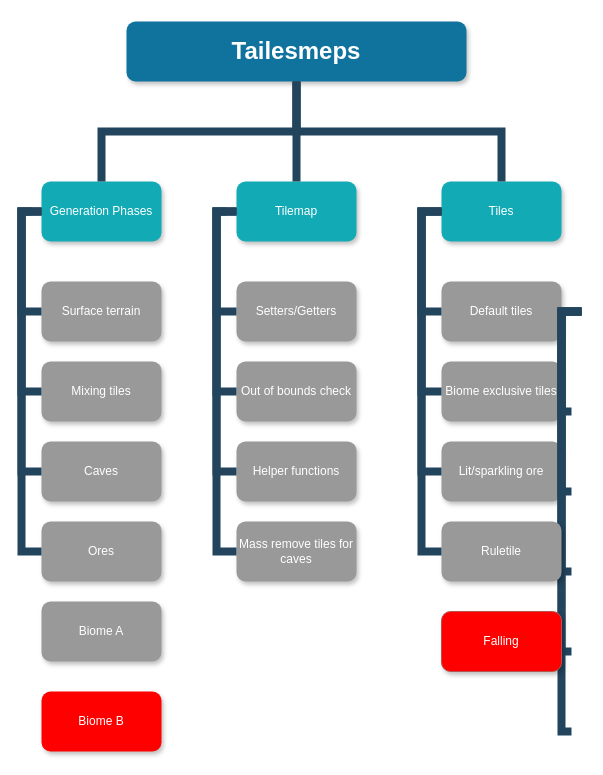
The draw.io diagram WBS.drawio in AlexIzak/ProcGenTool, before the edit. Source tidied: cells renumbered, new cells numbered last; positions are measured from the earlier drawing's top-left corner, leaving out a move shared by most shapes. Both pictures are drawn from the tidied source at 100%, with x=0, y=0 at pixel (21, 21).
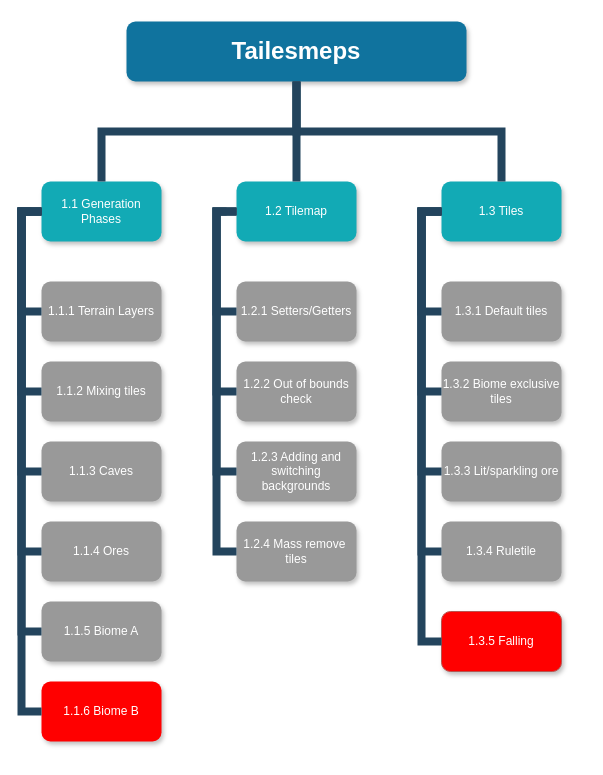
Above is the later version.

What changed in the source:
```diff
@@
-    <mxCell id="3" value="Generation Phases" style="whiteSpace=wrap;rounded=1;fillColor=#12AAB5;strokeColor=none;shadow=1;fontColor=#FFFFFF;" parent="1" vertex="1">
+    <mxCell id="3" value="1.1 Generation Phases" style="whiteSpace=wrap;rounded=1;fillColor=#12AAB5;strokeColor=none;shadow=1;fontColor=#FFFFFF;" parent="1" vertex="1">
       <mxGeometry x="20" y="160" width="120" height="60" as="geometry" />
     </mxCell>
-    <mxCell id="4" value="Surface terrain" style="whiteSpace=wrap;rounded=1;fillColor=#999999;strokeColor=none;shadow=1;fontColor=#FFFFFF;fontStyle=0;" parent="1" vertex="1">
+    <mxCell id="4" value="1.1.1 Terrain Layers" style="whiteSpace=wrap;rounded=1;fillColor=#999999;strokeColor=none;shadow=1;fontColor=#FFFFFF;fontStyle=0;" parent="1" vertex="1">
       <mxGeometry x="20" y="260" width="120" height="60" as="geometry" />
     </mxCell>
-    <mxCell id="5" value="Mixing tiles" style="whiteSpace=wrap;rounded=1;fillColor=#999999;strokeColor=none;shadow=1;fontColor=#FFFFFF;fontStyle=0;" parent="1" vertex="1">
+    <mxCell id="5" value="1.1.2 Mixing tiles" style="whiteSpace=wrap;rounded=1;fillColor=#999999;strokeColor=none;shadow=1;fontColor=#FFFFFF;fontStyle=0;" parent="1" vertex="1">
       <mxGeometry x="20" y="340" width="120" height="60" as="geometry" />
     </mxCell>
-    <mxCell id="6" value="Caves" style="whiteSpace=wrap;rounded=1;fillColor=#999999;strokeColor=none;shadow=1;fontColor=#FFFFFF;fontStyle=0;" parent="1" vertex="1">
+    <mxCell id="6" value="1.1.3 Caves" style="whiteSpace=wrap;rounded=1;fillColor=#999999;strokeColor=none;shadow=1;fontColor=#FFFFFF;fontStyle=0;" parent="1" vertex="1">
       <mxGeometry x="20" y="420" width="120" height="60" as="geometry" />
     </mxCell>
-    <mxCell id="7" value="Ores" style="whiteSpace=wrap;rounded=1;fillColor=#999999;strokeColor=none;shadow=1;fontColor=#FFFFFF;fontStyle=0;" parent="1" vertex="1">
+    <mxCell id="7" value="1.1.4 Ores" style="whiteSpace=wrap;rounded=1;fillColor=#999999;strokeColor=none;shadow=1;fontColor=#FFFFFF;fontStyle=0;" parent="1" vertex="1">
       <mxGeometry x="20" y="500" width="120" height="60" as="geometry" />
     </mxCell>
-    <mxCell id="8" value="Tiles" style="whiteSpace=wrap;rounded=1;fillColor=#12AAB5;strokeColor=none;shadow=1;fontColor=#FFFFFF;" parent="1" vertex="1">
+    <mxCell id="8" value="1.3 Tiles" style="whiteSpace=wrap;rounded=1;fillColor=#12AAB5;strokeColor=none;shadow=1;fontColor=#FFFFFF;" parent="1" vertex="1">
       <mxGeometry x="420" y="160" width="120" height="60" as="geometry" />
     </mxCell>
-    <mxCell id="9" value="Default tiles" style="whiteSpace=wrap;rounded=1;fillColor=#999999;strokeColor=none;shadow=1;fontColor=#FFFFFF;fontStyle=0;" parent="1" vertex="1">
+    <mxCell id="9" value="1.3.1 Default tiles" style="whiteSpace=wrap;rounded=1;fillColor=#999999;strokeColor=none;shadow=1;fontColor=#FFFFFF;fontStyle=0;" parent="1" vertex="1">
       <mxGeometry x="420" y="260" width="120" height="60" as="geometry" />
     </mxCell>
-    <mxCell id="10" value="Biome exclusive tiles" style="whiteSpace=wrap;rounded=1;fillColor=#999999;strokeColor=none;shadow=1;fontColor=#FFFFFF;fontStyle=0;" parent="1" vertex="1">
+    <mxCell id="10" value="1.3.2 Biome exclusive tiles" style="whiteSpace=wrap;rounded=1;fillColor=#999999;strokeColor=none;shadow=1;fontColor=#FFFFFF;fontStyle=0;" parent="1" vertex="1">
       <mxGeometry x="420" y="340" width="120" height="60" as="geometry" />
     </mxCell>
-    <mxCell id="11" value="Lit/sparkling ore" style="whiteSpace=wrap;rounded=1;fillColor=#999999;strokeColor=none;shadow=1;fontColor=#FFFFFF;fontStyle=0;" parent="1" vertex="1">
+    <mxCell id="11" value="1.3.3 Lit/sparkling ore" style="whiteSpace=wrap;rounded=1;fillColor=#999999;strokeColor=none;shadow=1;fontColor=#FFFFFF;fontStyle=0;" parent="1" vertex="1">
       <mxGeometry x="420" y="420" width="120" height="60" as="geometry" />
     </mxCell>
@@
-    <mxCell id="21" style="edgeStyle=elbowEdgeStyle;elbow=horizontal;rounded=0;fontColor=#000000;endArrow=none;endFill=0;strokeWidth=8;strokeColor=#23445D;" parent="1" edge="1">
-      <mxGeometry relative="1" as="geometry">
-        <mxPoint x="560" y="290" as="sourcePoint" />
-        <mxPoint x="550" y="390" as="targetPoint" />
-        <Array as="points">
-          <mxPoint x="540" y="340" />
-        </Array>
-      </mxGeometry>
-    </mxCell>
-    <mxCell id="22" style="edgeStyle=elbowEdgeStyle;elbow=horizontal;rounded=0;fontColor=#000000;endArrow=none;endFill=0;strokeWidth=8;strokeColor=#23445D;" parent="1" edge="1">
-      <mxGeometry relative="1" as="geometry">
-        <mxPoint x="560" y="290" as="sourcePoint" />
-        <mxPoint x="550" y="470" as="targetPoint" />
-        <Array as="points">
-          <mxPoint x="540" y="380" />
-        </Array>
-      </mxGeometry>
-    </mxCell>
-    <mxCell id="23" style="edgeStyle=elbowEdgeStyle;elbow=horizontal;rounded=0;fontColor=#000000;endArrow=none;endFill=0;strokeWidth=8;strokeColor=#23445D;" parent="1" edge="1">
-      <mxGeometry relative="1" as="geometry">
-        <mxPoint x="560" y="290" as="sourcePoint" />
-        <mxPoint x="550" y="710" as="targetPoint" />
-        <Array as="points">
-          <mxPoint x="540" y="510" />
-        </Array>
-      </mxGeometry>
-    </mxCell>
-    <mxCell id="24" style="edgeStyle=elbowEdgeStyle;elbow=horizontal;rounded=0;fontColor=#000000;endArrow=none;endFill=0;strokeWidth=8;strokeColor=#23445D;" parent="1" edge="1">
-      <mxGeometry relative="1" as="geometry">
-        <mxPoint x="560" y="290" as="sourcePoint" />
-        <mxPoint x="550" y="630" as="targetPoint" />
-        <Array as="points">
-          <mxPoint x="540" y="460" />
-        </Array>
-      </mxGeometry>
-    </mxCell>
-    <mxCell id="25" style="edgeStyle=elbowEdgeStyle;elbow=horizontal;rounded=0;fontColor=#000000;endArrow=none;endFill=0;strokeWidth=8;strokeColor=#23445D;" parent="1" edge="1">
-      <mxGeometry relative="1" as="geometry">
-        <mxPoint x="560" y="290" as="sourcePoint" />
-        <mxPoint x="550" y="550" as="targetPoint" />
-        <Array as="points">
-          <mxPoint x="540" y="430" />
-        </Array>
-      </mxGeometry>
-    </mxCell>
-    <mxCell id="26" value="Tilemap" style="whiteSpace=wrap;rounded=1;fillColor=#12AAB5;strokeColor=none;shadow=1;fontColor=#FFFFFF;" parent="1" vertex="1">
+    <mxCell id="26" value="1.2 Tilemap" style="whiteSpace=wrap;rounded=1;fillColor=#12AAB5;strokeColor=none;shadow=1;fontColor=#FFFFFF;" parent="1" vertex="1">
       <mxGeometry x="215" y="160" width="120" height="60" as="geometry" />
     </mxCell>
-    <mxCell id="27" value="Setters/Getters" style="whiteSpace=wrap;rounded=1;fillColor=#999999;strokeColor=none;shadow=1;fontColor=#FFFFFF;fontStyle=0;" parent="1" vertex="1">
+    <mxCell id="27" value="1.2.1 Setters/Getters" style="whiteSpace=wrap;rounded=1;fillColor=#999999;strokeColor=none;shadow=1;fontColor=#FFFFFF;fontStyle=0;" parent="1" vertex="1">
       <mxGeometry x="215" y="260" width="120" height="60" as="geometry" />
     </mxCell>
-    <mxCell id="28" value="Out of bounds check" style="whiteSpace=wrap;rounded=1;fillColor=#999999;strokeColor=none;shadow=1;fontColor=#FFFFFF;fontStyle=0;" parent="1" vertex="1">
+    <mxCell id="28" value="1.2.2 Out of bounds check" style="whiteSpace=wrap;rounded=1;fillColor=#999999;strokeColor=none;shadow=1;fontColor=#FFFFFF;fontStyle=0;" parent="1" vertex="1">
       <mxGeometry x="215" y="340" width="120" height="60" as="geometry" />
     </mxCell>
-    <mxCell id="29" value="Helper functions" style="whiteSpace=wrap;rounded=1;fillColor=#999999;strokeColor=none;shadow=1;fontColor=#FFFFFF;fontStyle=0;" parent="1" vertex="1">
+    <mxCell id="29" value="1.2.3 Adding and switching backgrounds" style="whiteSpace=wrap;rounded=1;fillColor=#999999;strokeColor=none;shadow=1;fontColor=#FFFFFF;fontStyle=0;" parent="1" vertex="1">
       <mxGeometry x="215" y="420" width="120" height="60" as="geometry" />
     </mxCell>
-    <mxCell id="30" value="Mass remove tiles for caves" style="whiteSpace=wrap;rounded=1;fillColor=#999999;strokeColor=none;shadow=1;fontColor=#FFFFFF;fontStyle=0;" parent="1" vertex="1">
+    <mxCell id="30" value="1.2.4 Mass remove &#10;tiles" style="whiteSpace=wrap;rounded=1;fillColor=#999999;strokeColor=none;shadow=1;fontColor=#FFFFFF;fontStyle=0;" parent="1" vertex="1">
       <mxGeometry x="215" y="500" width="120" height="60" as="geometry" />
     </mxCell>
@@
-    <mxCell id="36" value="Biome A" style="whiteSpace=wrap;rounded=1;fillColor=#999999;strokeColor=none;shadow=1;fontColor=#FFFFFF;fontStyle=0;" parent="1" vertex="1">
+    <mxCell id="36" value="1.1.5 Biome A" style="whiteSpace=wrap;rounded=1;fillColor=#999999;strokeColor=none;shadow=1;fontColor=#FFFFFF;fontStyle=0;" parent="1" vertex="1">
       <mxGeometry x="20" y="580" width="120" height="60" as="geometry" />
     </mxCell>
-    <mxCell id="37" value="Biome B" style="whiteSpace=wrap;rounded=1;fillColor=#FF0000;strokeColor=none;shadow=1;fontColor=#FFFFFF;fontStyle=0;" parent="1" vertex="1">
-      <mxGeometry x="20" y="670" width="120" height="60" as="geometry" />
+    <mxCell id="37" value="1.1.6 Biome B" style="whiteSpace=wrap;rounded=1;fillColor=#FF0000;strokeColor=none;shadow=1;fontColor=#FFFFFF;fontStyle=0;" parent="1" vertex="1">
+      <mxGeometry x="20" y="660" width="120" height="60" as="geometry" />
     </mxCell>
-    <mxCell id="38" value="Ruletile" style="whiteSpace=wrap;rounded=1;fillColor=#999999;strokeColor=none;shadow=1;fontColor=#FFFFFF;fontStyle=0;" parent="1" vertex="1">
+    <mxCell id="38" value="1.3.4 Ruletile" style="whiteSpace=wrap;rounded=1;fillColor=#999999;strokeColor=none;shadow=1;fontColor=#FFFFFF;fontStyle=0;" parent="1" vertex="1">
       <mxGeometry x="420" y="500" width="120" height="60" as="geometry" />
     </mxCell>
-    <mxCell id="39" value="Falling" style="whiteSpace=wrap;rounded=1;fillColor=#FF0000;strokeColor=#b85450;shadow=1;fontStyle=0;fontColor=#FFFFFF;" parent="1" vertex="1">
+    <mxCell id="39" value="1.3.5 Falling" style="whiteSpace=wrap;rounded=1;fillColor=#FF0000;strokeColor=#b85450;shadow=1;fontStyle=0;fontColor=#FFFFFF;" parent="1" vertex="1">
       <mxGeometry x="420" y="590" width="120" height="60" as="geometry" />
     </mxCell>
@@
+    <mxCell id="41" style="edgeStyle=elbowEdgeStyle;elbow=horizontal;rounded=0;fontColor=#000000;endArrow=none;endFill=0;strokeWidth=8;strokeColor=#23445D;entryX=0;entryY=0.5;entryDx=0;entryDy=0;exitX=0;exitY=0.5;exitDx=0;exitDy=0;" parent="1" edge="1" source="3" target="36">
+      <mxGeometry relative="1" as="geometry">
+        <Array as="points">
+          <mxPoint y="360" />
+        </Array>
+      </mxGeometry>
+    </mxCell>
+    <mxCell id="42" style="edgeStyle=elbowEdgeStyle;elbow=horizontal;rounded=0;fontColor=#000000;endArrow=none;endFill=0;strokeWidth=8;strokeColor=#23445D;entryX=0;entryY=0.5;entryDx=0;entryDy=0;exitX=0;exitY=0.5;exitDx=0;exitDy=0;" parent="1" edge="1" source="8" target="39">
+      <mxGeometry relative="1" as="geometry">
+        <Array as="points">
+          <mxPoint x="400" y="330" />
+        </Array>
+      </mxGeometry>
+    </mxCell>
+    <mxCell id="43" style="edgeStyle=elbowEdgeStyle;elbow=horizontal;rounded=0;fontColor=#000000;endArrow=none;endFill=0;strokeWidth=8;strokeColor=#23445D;entryX=0;entryY=0.5;entryDx=0;entryDy=0;exitX=0;exitY=0.5;exitDx=0;exitDy=0;" parent="1" edge="1" source="3" target="37">
+      <mxGeometry relative="1" as="geometry">
+        <Array as="points">
+          <mxPoint y="360" />
+        </Array>
+      </mxGeometry>
+    </mxCell>
```
